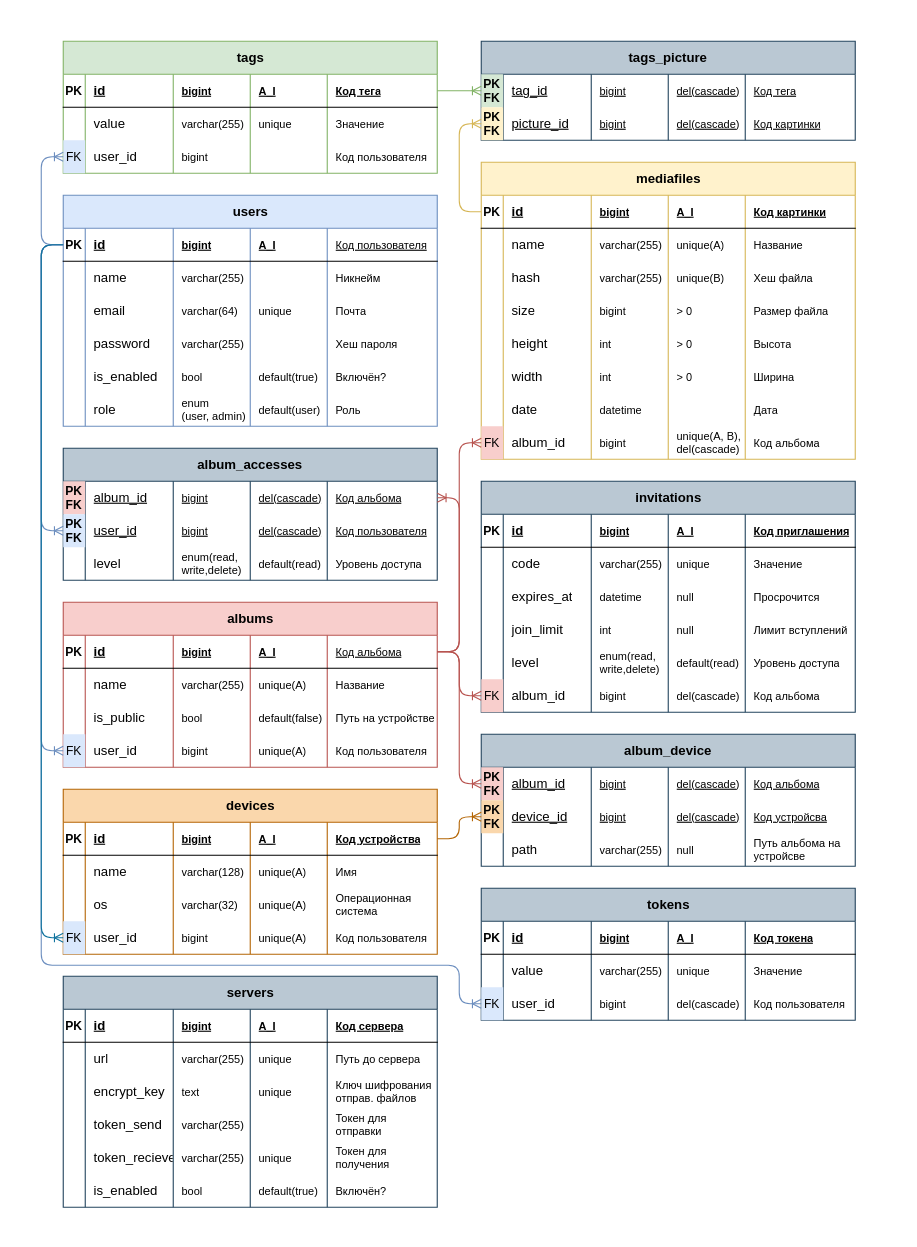
The draw.io diagram page "Физич" (3 of 4) of docs/Модели БД.drawio in Kopchan/wepicsync, before the edit. Source tidied: cells renumbered, new cells numbered last; positions are measured from the earlier drawing's top-left corner, leaving out a move shared by most shapes. Both pictures are drawn from the tidied source at 110%, with x=0, y=0 at pixel (41, 41).
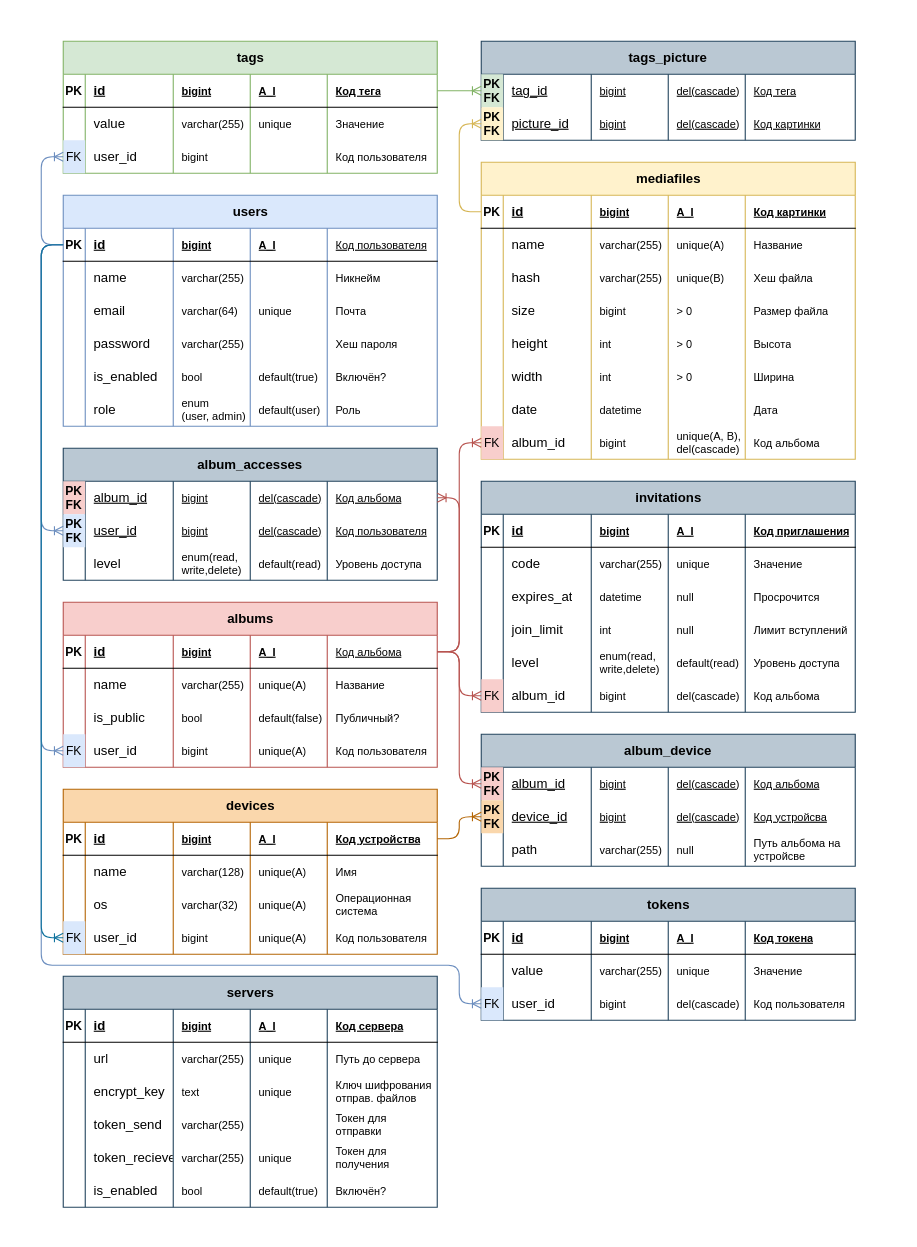
After the change.

Unchanged cells that the change refers to:
```xml
<mxCell id="103" style="shape=tableRow;horizontal=0;startSize=0;swimlaneHead=0;swimlaneBody=0;fillColor=none;top=0;left=0;right=0;bottom=0;labelBackgroundColor=none;" parent="90" vertex="1">
  <mxGeometry y="90" width="340" height="30" as="geometry" />
</mxCell>
```

Diff of the diagram source:
```diff
@@
-    <mxCell id="108" value="Путь на устройстве" style="shape=partialRectangle;fillColor=none;top=0;left=0;bottom=0;right=0;align=left;spacingLeft=6;overflow=hidden;whiteSpace=wrap;html=1;labelBackgroundColor=none;fontSize=10;" parent="103" vertex="1">
+    <mxCell id="108" value="Публичный?" style="shape=partialRectangle;fillColor=none;top=0;left=0;bottom=0;right=0;align=left;spacingLeft=6;overflow=hidden;whiteSpace=wrap;html=1;labelBackgroundColor=none;fontSize=10;" parent="103" vertex="1">
       <mxGeometry x="240" width="100" height="30" as="geometry" />
     </mxCell>
@@
+    <mxCell id="314" style="rounded=0;whiteSpace=wrap;html=1;fillColor=none;strokeColor=none;" parent="1" vertex="1">
+      <mxGeometry x="-20" y="-20" width="800" height="1100" as="geometry" />
+    </mxCell>
```
